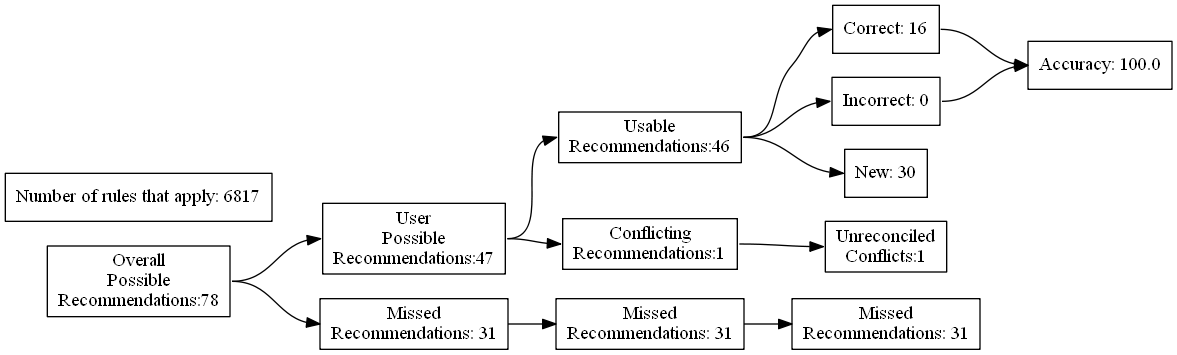
Earlier version of the Graphviz export test_renders/68.gv.png (ZaxR/ibd_diet_analysis). Its source is kept beside it as test_renders/68.gv.
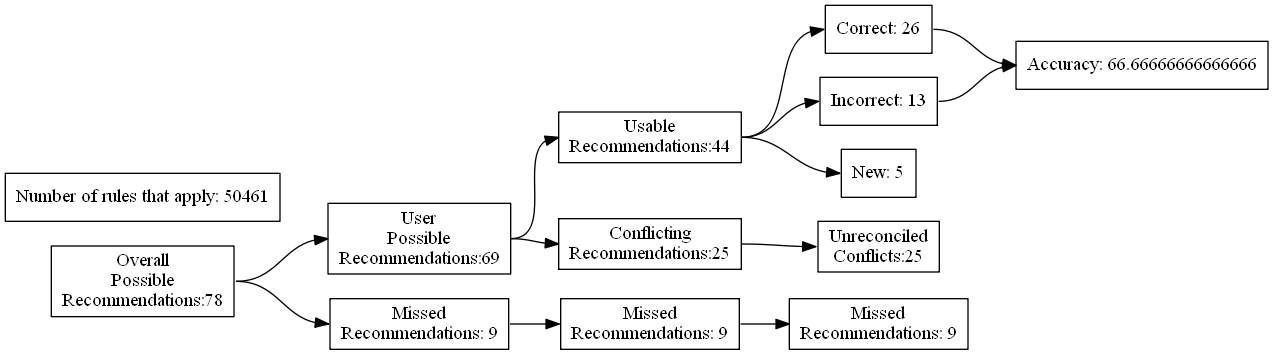
Later version of the same file.

The edit, as a diff of the source:
```diff
@@ -7,24 +7,24 @@
 Recommendations:78"]
 		B [label="User
 Possible
-Recommendations:47"]
+Recommendations:69"]
 		C [label="Missed
-Recommendations: 31"]
+Recommendations: 9"]
 		D [label="Usable
-Recommendations:46"]
+Recommendations:44"]
 		E [label="Conflicting
-Recommendations:1"]
+Recommendations:25"]
 		J [label="Missed
-Recommendations: 31"]
+Recommendations: 9"]
 		M [label="Unreconciled
-Conflicts:1"]
-		F [label="Correct: 16"]
-		G [label="Incorrect: 0"]
-		H [label="New: 30"]
+Conflicts:25"]
+		F [label="Correct: 26"]
+		G [label="Incorrect: 13"]
+		H [label="New: 5"]
 		K [label="Missed
-Recommendations: 31"]
-		I [label="Accuracy: 100.0"]
-		l [label="Number of rules that apply: 6817"]
+Recommendations: 9"]
+		I [label="Accuracy: 66.66666666666666"]
+		l [label="Number of rules that apply: 50461"]
 			A -> B
 			A -> C
 			B -> D
```
